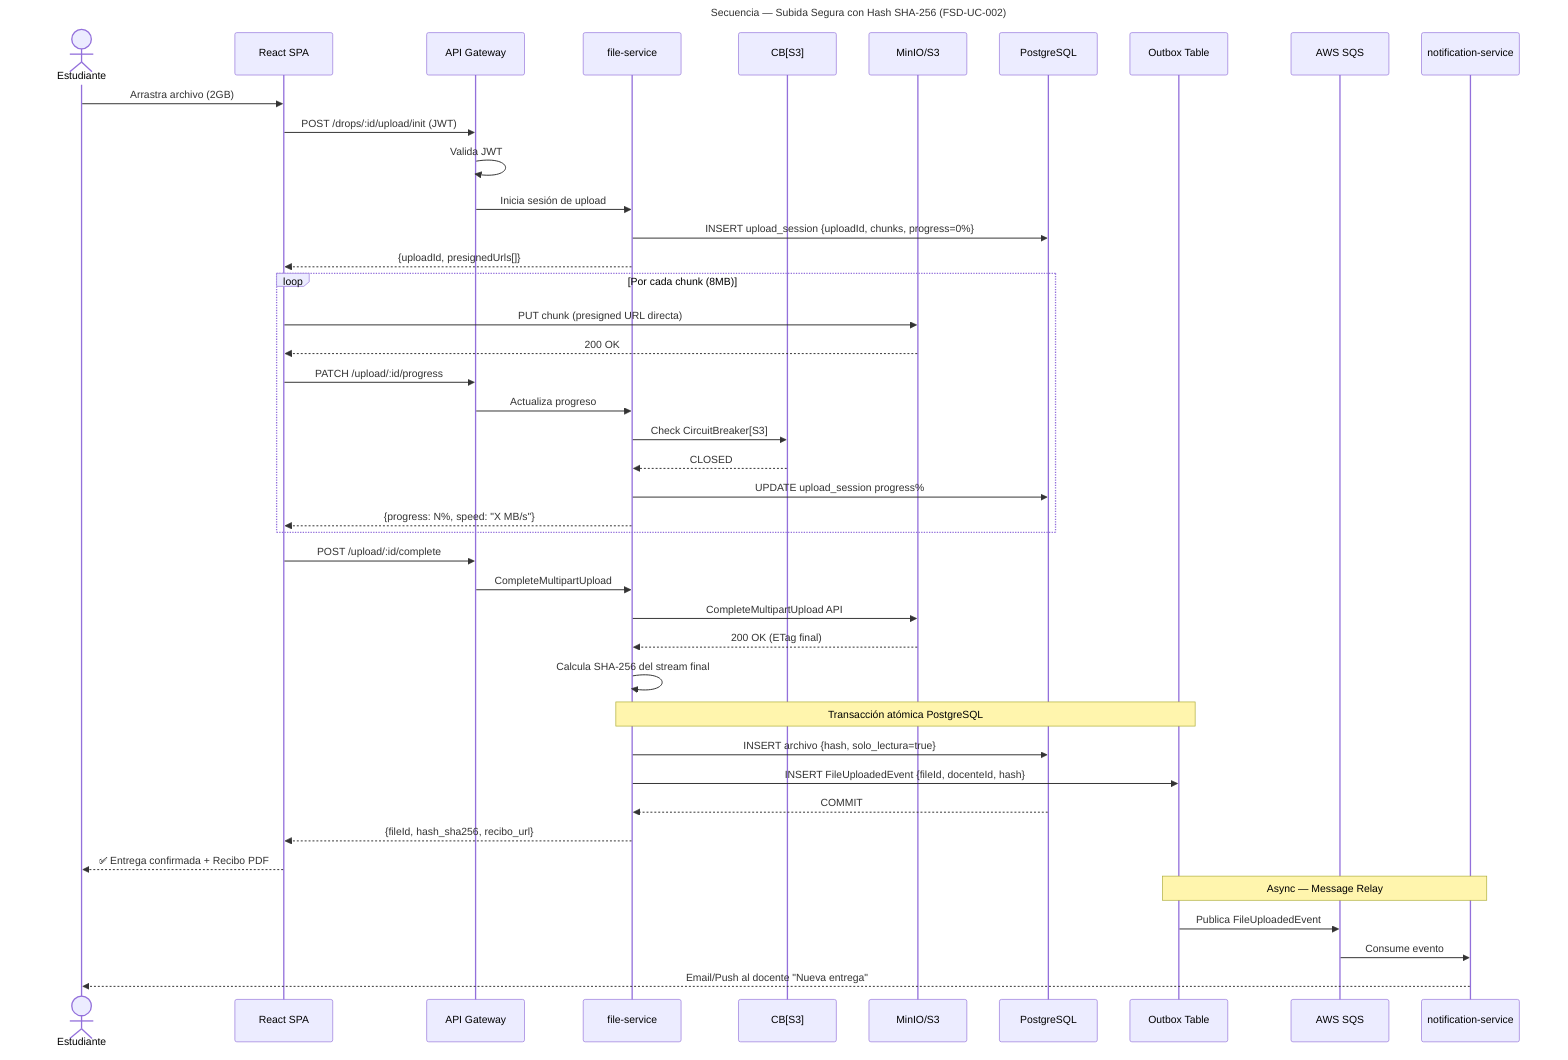
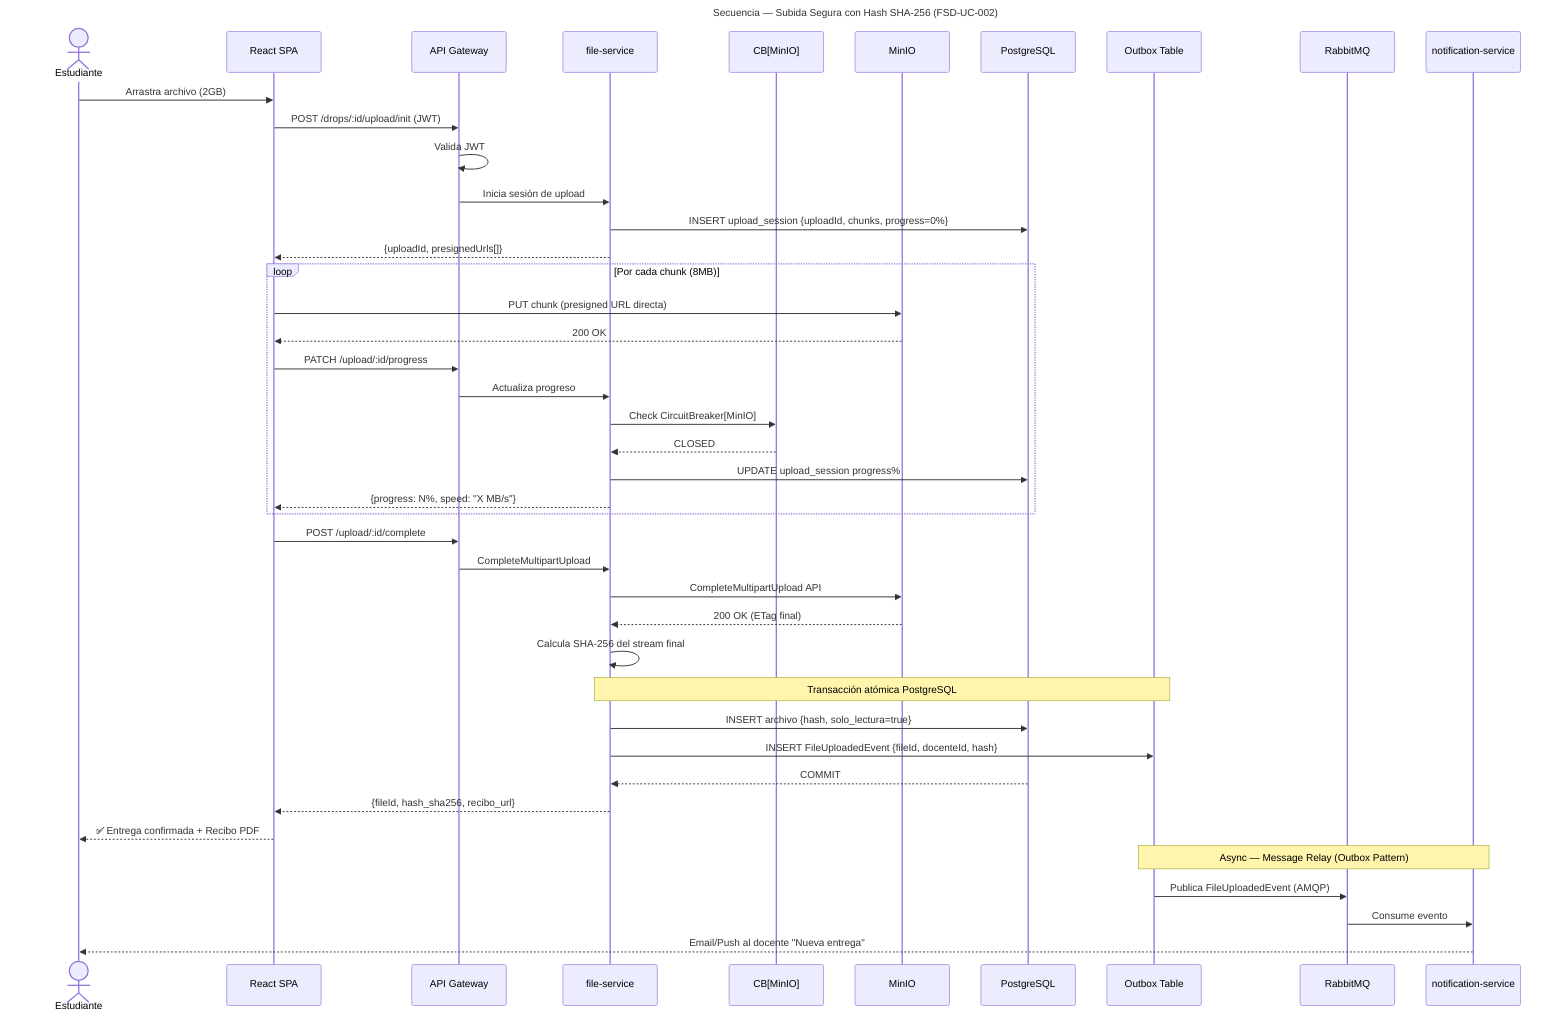
---
title: "Secuencia — Subida Segura con Hash SHA-256 (FSD-UC-002)"
---
sequenceDiagram
    actor E as Estudiante
    participant SPA as React SPA
    participant GW as API Gateway
    participant FS as file-service
-     participant CB as CB[S3]
-     participant S3 as MinIO/S3
+     participant CB as CB[MinIO]
+     participant S3 as MinIO
    participant BD as PostgreSQL
    participant OB as Outbox Table
-     participant SQS as AWS SQS
+     participant RMQ as RabbitMQ
    participant NS as notification-service

    E->>SPA: Arrastra archivo (2GB)
    SPA->>GW: POST /drops/:id/upload/init (JWT)
    GW->>GW: Valida JWT
    GW->>FS: Inicia sesión de upload
    FS->>BD: INSERT upload_session {uploadId, chunks, progress=0%}
    FS-->>SPA: {uploadId, presignedUrls[]}

    loop Por cada chunk (8MB)
        SPA->>S3: PUT chunk (presigned URL directa)
        S3-->>SPA: 200 OK
        SPA->>GW: PATCH /upload/:id/progress
        GW->>FS: Actualiza progreso
-         FS->>CB: Check CircuitBreaker[S3]
+         FS->>CB: Check CircuitBreaker[MinIO]
        CB-->>FS: CLOSED
        FS->>BD: UPDATE upload_session progress%
        FS-->>SPA: {progress: N%, speed: "X MB/s"}
    end

    SPA->>GW: POST /upload/:id/complete
    GW->>FS: CompleteMultipartUpload
    FS->>S3: CompleteMultipartUpload API
    S3-->>FS: 200 OK (ETag final)
    FS->>FS: Calcula SHA-256 del stream final

    Note over FS,OB: Transacción atómica PostgreSQL
    FS->>BD: INSERT archivo {hash, solo_lectura=true}
    FS->>OB: INSERT FileUploadedEvent {fileId, docenteId, hash}
    BD-->>FS: COMMIT

    FS-->>SPA: {fileId, hash_sha256, recibo_url}
    SPA-->>E: ✅ Entrega confirmada + Recibo PDF

-     Note over OB,NS: Async — Message Relay
-     OB->>SQS: Publica FileUploadedEvent
-     SQS->>NS: Consume evento
+     Note over OB,NS: Async — Message Relay (Outbox Pattern)
+     OB->>RMQ: Publica FileUploadedEvent (AMQP)
+     RMQ->>NS: Consume evento
    NS-->>E: Email/Push al docente "Nueva entrega"
